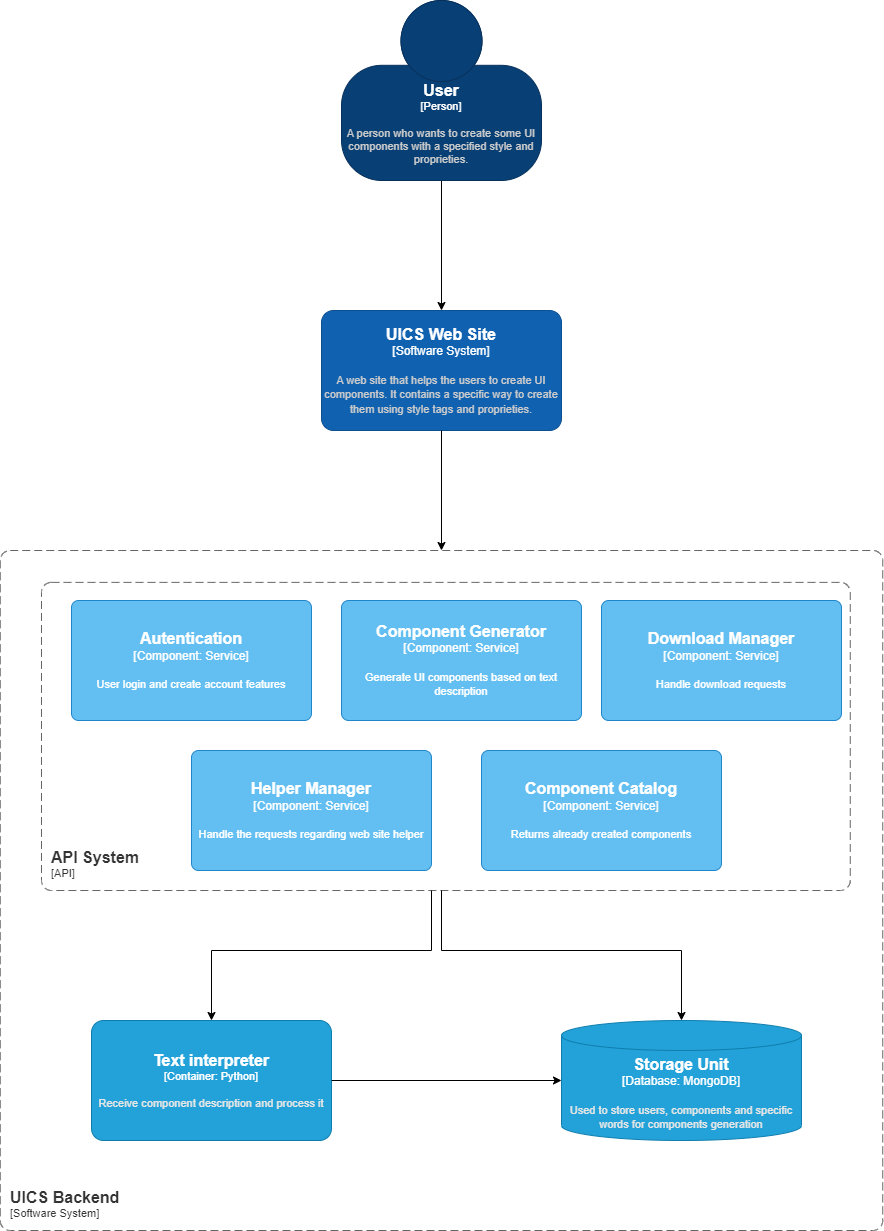
Above: Diagrams/C4 - Level 3.png in curcaandrei/web-uics-451 (draw.io), before the change. Source tidied: cells renumbered, new cells last; positions are measured from the earlier drawing's top-left corner, leaving out a move shared by most shapes. Its diagram source:
```xml
<mxGraphModel>
  <root>
    <mxCell id="0" />
    <mxCell id="1" parent="0" />
    <mxCell id="2" style="edgeStyle=orthogonalEdgeStyle;rounded=0;jettySize=auto;html=1;entryX=0.5;entryY=0;entryDx=0;entryDy=0;entryPerimeter=0;" parent="1" edge="1" source="3" target="4">
      <mxGeometry relative="1" as="geometry" />
    </mxCell>
    <object id="3" label="&lt;font style=&quot;font-size: 16px&quot;&gt;&lt;b&gt;%c4Name%&lt;/b&gt;&lt;/font&gt;&lt;div&gt;[%c4Type%]&lt;/div&gt;&lt;br&gt;&lt;div&gt;&lt;font style=&quot;font-size: 11px&quot;&gt;&lt;font color=&quot;#cccccc&quot;&gt;%c4Description%&lt;/font&gt;&lt;/div&gt;" c4Description="A person who wants to create some UI components with a specified style and proprieties." c4Name="User" c4Type="Person" placeholders="1">
      <mxCell style="html=1;fontSize=11;dashed=0;whiteSpace=wrap;fillColor=#083F75;strokeColor=#06315C;fontColor=#ffffff;shape=mxgraph.c4.person2;align=center;points=[[0.5,0,0],[1,0.5,0],[1,0.75,0],[0.75,1,0],[0.5,1,0],[0.25,1,0],[0,0.75,0],[0,0.5,0]];" parent="1" vertex="1">
        <mxGeometry x="341" width="200" height="180" as="geometry" />
      </mxCell>
    </object>
    <object id="4" label="&lt;font style=&quot;font-size: 16px&quot;&gt;&lt;b&gt;%c4Name%&lt;/b&gt;&lt;/font&gt;&lt;div&gt;[%c4Type%]&lt;/div&gt;&lt;br&gt;&lt;div&gt;&lt;font style=&quot;font-size: 11px&quot;&gt;&lt;font color=&quot;#cccccc&quot;&gt;%c4Description%&lt;/font&gt;&lt;/div&gt;" c4Description="A web site that helps the users to create UI components. It contains a specific way to create them using style tags and proprieties." c4Name="UICS Web Site" c4Type="Software System" placeholders="1">
      <mxCell style="rounded=1;whiteSpace=wrap;html=1;labelBackgroundColor=none;fillColor=#1061B0;fontColor=#ffffff;align=center;arcSize=10;strokeColor=#0D5091;points=[[0.25,0,0],[0.5,0,0],[0.75,0,0],[1,0.25,0],[1,0.5,0],[1,0.75,0],[0.75,1,0],[0.5,1,0],[0.25,1,0],[0,0.75,0],[0,0.5,0],[0,0.25,0]];" parent="1" vertex="1">
        <mxGeometry x="321" y="310" width="240" height="120" as="geometry" />
      </mxCell>
    </object>
    <mxCell id="5" style="group;" parent="1" vertex="1">
      <mxGeometry x="-0.2" y="550" width="882.5" height="680" as="geometry" />
    </mxCell>
    <mxCell id="6" style="edgeStyle=orthogonalEdgeStyle;rounded=0;jettySize=auto;html=1;" parent="5" edge="1" source="4">
      <mxGeometry relative="1" as="geometry">
        <mxPoint x="441.2" as="targetPoint" />
      </mxGeometry>
    </mxCell>
    <object id="7" label="&lt;font style=&quot;font-size: 16px&quot;&gt;&lt;b&gt;&lt;div style=&quot;text-align: left&quot;&gt;%c4Name%&lt;/div&gt;&lt;/b&gt;&lt;/font&gt;&lt;div style=&quot;text-align: left&quot;&gt;[%c4Application%]&lt;/div&gt;" c4Application="Software System" c4Name="UICS Backend" c4Type="SystemScopeBoundary" placeholders="1">
      <mxCell style="rounded=1;fontSize=11;whiteSpace=wrap;html=1;dashed=1;arcSize=20;fillColor=none;strokeColor=#666666;fontColor=#333333;labelBackgroundColor=none;align=left;verticalAlign=bottom;labelBorderColor=none;spacingTop=0;spacing=10;dashPattern=8 4;perimeter=rectanglePerimeter;noLabel=0;labelPadding=0;absoluteArcSize=1;" parent="5" vertex="1">
        <mxGeometry width="882.5" height="680" as="geometry" />
      </mxCell>
    </object>
    <object id="8" label="&lt;font style=&quot;font-size: 16px&quot;&gt;&lt;b&gt;&lt;div style=&quot;text-align: left&quot;&gt;%c4Name%&lt;/div&gt;&lt;/b&gt;&lt;/font&gt;&lt;div style=&quot;text-align: left&quot;&gt;[%c4Application%]&lt;/div&gt;" c4Application="API" c4Name="API System" c4Type="ContainerScopeBoundary" placeholders="1">
      <mxCell style="rounded=1;fontSize=11;whiteSpace=wrap;html=1;dashed=1;arcSize=20;fillColor=none;strokeColor=#666666;fontColor=#333333;labelBackgroundColor=none;align=left;verticalAlign=bottom;labelBorderColor=none;spacingTop=0;spacing=10;dashPattern=8 4;perimeter=rectanglePerimeter;noLabel=0;labelPadding=0;absoluteArcSize=1;" parent="5" vertex="1">
        <mxGeometry x="41.2" y="31.9" width="808.8" height="308.1" as="geometry" />
      </mxCell>
    </object>
    <object id="9" label="&lt;font style=&quot;font-size: 16px&quot;&gt;&lt;b&gt;%c4Type%&lt;/b&gt;&lt;/font&gt;&lt;div&gt;[%c4Container%:&amp;nbsp;%c4Technology%]&lt;/div&gt;&lt;br&gt;&lt;div&gt;&lt;font style=&quot;font-size: 11px&quot;&gt;&lt;font color=&quot;#E6E6E6&quot;&gt;%c4Description%&lt;/font&gt;&lt;/div&gt;" c4Container="Database" c4Description="Used to store users, components and specific words for components generation" c4Technology="MongoDB" c4Type="Storage Unit" placeholders="1">
      <mxCell style="shape=cylinder3;size=15;whiteSpace=wrap;html=1;boundedLbl=1;rounded=0;labelBackgroundColor=none;fillColor=#23A2D9;fontSize=12;fontColor=#ffffff;align=center;strokeColor=#0E7DAD;points=[[0.5,0,0],[1,0.25,0],[1,0.5,0],[1,0.75,0],[0.5,1,0],[0,0.75,0],[0,0.5,0],[0,0.25,0]];" parent="5" vertex="1">
        <mxGeometry x="561.2" y="470" width="240" height="120" as="geometry" />
      </mxCell>
    </object>
    <object id="10" label="&lt;font style=&quot;font-size: 16px&quot;&gt;&lt;b&gt;%c4Name%&lt;/b&gt;&lt;/font&gt;&lt;div&gt;[%c4Type%: %c4Technology%]&lt;/div&gt;&lt;br&gt;&lt;div&gt;&lt;font style=&quot;font-size: 11px&quot;&gt;&lt;font color=&quot;#E6E6E6&quot;&gt;%c4Description%&lt;/font&gt;&lt;/div&gt;" c4Description="Receive component description and process it" c4Name="Text interpreter" c4Technology="Python" c4Type="Container" placeholders="1">
      <mxCell style="rounded=1;whiteSpace=wrap;html=1;fontSize=11;labelBackgroundColor=none;fillColor=#23A2D9;fontColor=#ffffff;align=center;arcSize=10;strokeColor=#0E7DAD;points=[[0.25,0,0],[0.5,0,0],[0.75,0,0],[1,0.25,0],[1,0.5,0],[1,0.75,0],[0.75,1,0],[0.5,1,0],[0.25,1,0],[0,0.75,0],[0,0.5,0],[0,0.25,0]];" parent="5" vertex="1">
        <mxGeometry x="91.2" y="470" width="240" height="120" as="geometry" />
      </mxCell>
    </object>
    <mxCell id="11" style="edgeStyle=orthogonalEdgeStyle;rounded=0;jettySize=auto;html=1;" parent="5" edge="1" source="10" target="9">
      <mxGeometry relative="1" as="geometry" />
    </mxCell>
    <mxCell id="12" style="edgeStyle=orthogonalEdgeStyle;rounded=0;jettySize=auto;html=1;entryX=0.5;entryY=0;entryDx=0;entryDy=0;entryPerimeter=0;" parent="5" edge="1" target="10">
      <mxGeometry relative="1" as="geometry">
        <mxPoint x="431.2" y="340" as="sourcePoint" />
        <Array as="points">
          <mxPoint x="431" y="340" />
          <mxPoint x="431" y="400" />
          <mxPoint x="211" y="400" />
        </Array>
      </mxGeometry>
    </mxCell>
    <object id="13" label="&lt;font style=&quot;font-size: 16px&quot;&gt;&lt;b&gt;%c4Name%&lt;/b&gt;&lt;/font&gt;&lt;div&gt;[%c4Type%: %c4Technology%]&lt;/div&gt;&lt;br&gt;&lt;div&gt;&lt;font style=&quot;font-size: 11px&quot;&gt;%c4Description%&lt;/font&gt;&lt;/div&gt;" c4Description="User login and create account features" c4Name="Autentication" c4Technology="Service" c4Type="Component" placeholders="1">
      <mxCell style="rounded=1;whiteSpace=wrap;html=1;labelBackgroundColor=none;fillColor=#63BEF2;fontColor=#ffffff;align=center;arcSize=6;strokeColor=#2086C9;" parent="5" vertex="1">
        <mxGeometry x="71.2" y="50" width="240" height="120" as="geometry" />
      </mxCell>
    </object>
    <object id="14" label="&lt;font style=&quot;font-size: 16px&quot;&gt;&lt;b&gt;%c4Name%&lt;/b&gt;&lt;/font&gt;&lt;div&gt;[%c4Type%: %c4Technology%]&lt;/div&gt;&lt;br&gt;&lt;div&gt;&lt;font style=&quot;font-size: 11px&quot;&gt;%c4Description%&lt;/font&gt;&lt;/div&gt;" c4Description="Generate UI components based on text description" c4Name="Component Generator" c4Technology="Service" c4Type="Component" placeholders="1">
      <mxCell style="rounded=1;whiteSpace=wrap;html=1;labelBackgroundColor=none;fillColor=#63BEF2;fontColor=#ffffff;align=center;arcSize=6;strokeColor=#2086C9;" parent="5" vertex="1">
        <mxGeometry x="341.2" y="50" width="240" height="120" as="geometry" />
      </mxCell>
    </object>
    <object id="15" label="&lt;font style=&quot;font-size: 16px&quot;&gt;&lt;b&gt;%c4Name%&lt;/b&gt;&lt;/font&gt;&lt;div&gt;[%c4Type%: %c4Technology%]&lt;/div&gt;&lt;br&gt;&lt;div&gt;&lt;font style=&quot;font-size: 11px&quot;&gt;%c4Description%&lt;/font&gt;&lt;/div&gt;" c4Description="Handle download requests" c4Name="Download Manager" c4Technology="Service" c4Type="Component" placeholders="1">
      <mxCell style="rounded=1;whiteSpace=wrap;html=1;labelBackgroundColor=none;fillColor=#63BEF2;fontColor=#ffffff;align=center;arcSize=6;strokeColor=#2086C9;" parent="5" vertex="1">
        <mxGeometry x="601.2" y="50" width="240" height="120" as="geometry" />
      </mxCell>
    </object>
    <object id="16" label="&lt;font style=&quot;font-size: 16px&quot;&gt;&lt;b&gt;%c4Name%&lt;/b&gt;&lt;/font&gt;&lt;div&gt;[%c4Type%: %c4Technology%]&lt;/div&gt;&lt;br&gt;&lt;div&gt;&lt;font style=&quot;font-size: 11px&quot;&gt;%c4Description%&lt;/font&gt;&lt;/div&gt;" c4Description="Handle the requests regarding web site helper" c4Name="Helper Manager " c4Technology="Service" c4Type="Component" placeholders="1">
      <mxCell style="rounded=1;whiteSpace=wrap;html=1;labelBackgroundColor=none;fillColor=#63BEF2;fontColor=#ffffff;align=center;arcSize=6;strokeColor=#2086C9;" parent="5" vertex="1">
        <mxGeometry x="191.2" y="200" width="240" height="120" as="geometry" />
      </mxCell>
    </object>
    <object id="17" label="&lt;font style=&quot;font-size: 16px&quot;&gt;&lt;b&gt;%c4Name%&lt;/b&gt;&lt;/font&gt;&lt;div&gt;[%c4Type%: %c4Technology%]&lt;/div&gt;&lt;br&gt;&lt;div&gt;&lt;font style=&quot;font-size: 11px&quot;&gt;%c4Description%&lt;/font&gt;&lt;/div&gt;" c4Description="Returns already created components" c4Name="Component Catalog" c4Technology="Service" c4Type="Component" placeholders="1">
      <mxCell style="rounded=1;whiteSpace=wrap;html=1;labelBackgroundColor=none;fillColor=#63BEF2;fontColor=#ffffff;align=center;arcSize=6;strokeColor=#2086C9;" parent="5" vertex="1">
        <mxGeometry x="481.2" y="200" width="240" height="120" as="geometry" />
      </mxCell>
    </object>
    <mxCell id="18" style="edgeStyle=orthogonalEdgeStyle;rounded=0;jettySize=auto;html=1;entryX=0.5;entryY=0;entryDx=0;entryDy=0;entryPerimeter=0;" parent="1" edge="1" target="9">
      <mxGeometry relative="1" as="geometry">
        <mxPoint x="441" y="890" as="sourcePoint" />
        <Array as="points">
          <mxPoint x="441" y="950" />
          <mxPoint x="681" y="950" />
        </Array>
      </mxGeometry>
    </mxCell>
  </root>
</mxGraphModel>
```
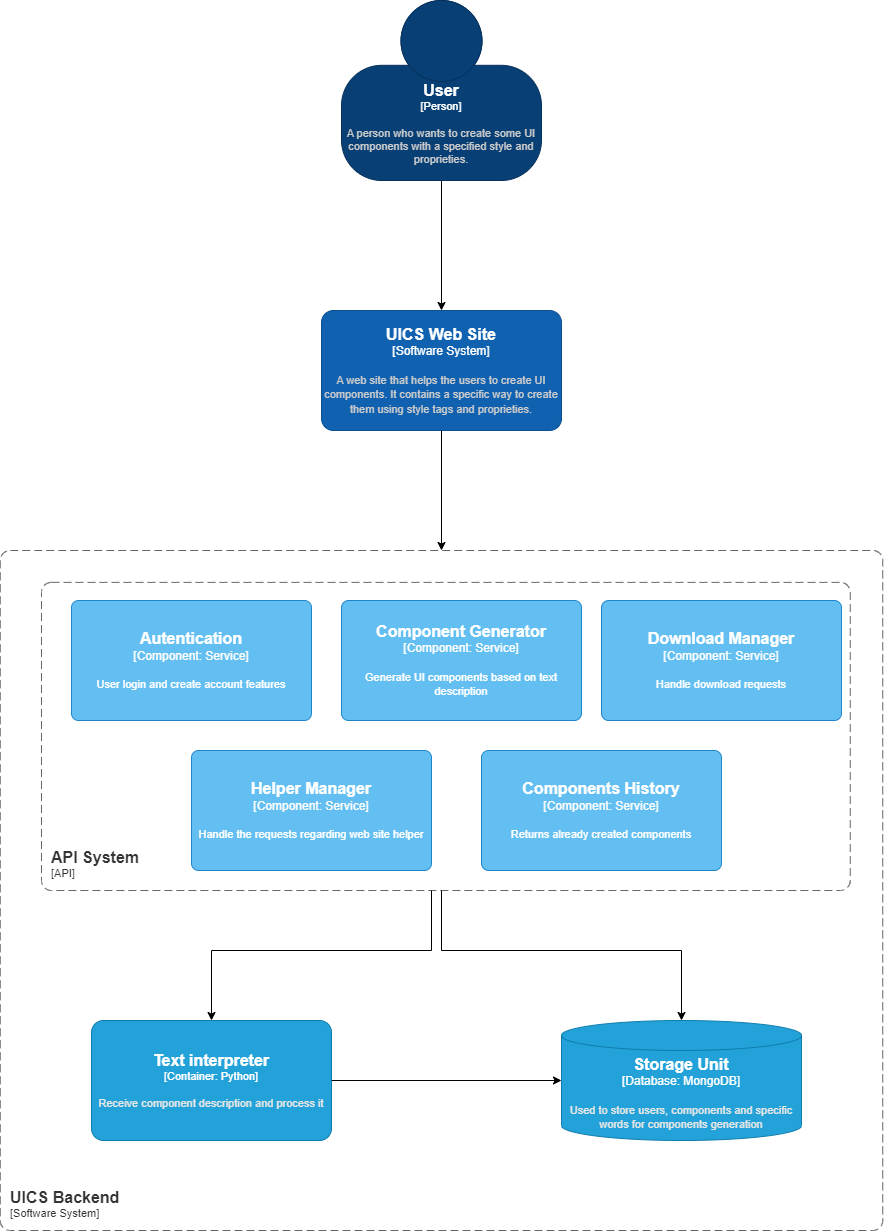
After the change.

Commit message:
UseCase Diagram

Diff of the diagram source:
```diff
@@ -76,7 +76,7 @@
         <mxGeometry x="191.2" y="200" width="240" height="120" as="geometry" />
       </mxCell>
     </object>
-    <object id="17" label="&lt;font style=&quot;font-size: 16px&quot;&gt;&lt;b&gt;%c4Name%&lt;/b&gt;&lt;/font&gt;&lt;div&gt;[%c4Type%: %c4Technology%]&lt;/div&gt;&lt;br&gt;&lt;div&gt;&lt;font style=&quot;font-size: 11px&quot;&gt;%c4Description%&lt;/font&gt;&lt;/div&gt;" c4Description="Returns already created components" c4Name="Component Catalog" c4Technology="Service" c4Type="Component" placeholders="1">
+    <object id="17" label="&lt;font style=&quot;font-size: 16px&quot;&gt;&lt;b&gt;%c4Name%&lt;/b&gt;&lt;/font&gt;&lt;div&gt;[%c4Type%: %c4Technology%]&lt;/div&gt;&lt;br&gt;&lt;div&gt;&lt;font style=&quot;font-size: 11px&quot;&gt;%c4Description%&lt;/font&gt;&lt;/div&gt;" c4Description="Returns already created components" c4Name="Components History" c4Technology="Service" c4Type="Component" placeholders="1">
       <mxCell style="rounded=1;whiteSpace=wrap;html=1;labelBackgroundColor=none;fillColor=#63BEF2;fontColor=#ffffff;align=center;arcSize=6;strokeColor=#2086C9;" parent="5" vertex="1">
         <mxGeometry x="481.2" y="200" width="240" height="120" as="geometry" />
       </mxCell>
```
